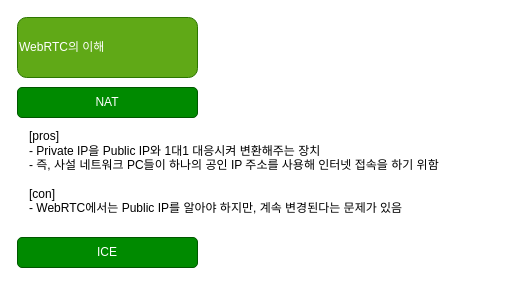
Above: 제목 없는 다이어그램.drawio in jdragon96/documents (draw.io), before the change. Source tidied: cells renumbered, new cells numbered last; positions are measured from the earlier drawing's top-left corner, leaving out a move shared by most shapes. Both pictures are drawn from the tidied source at 100%, with x=0, y=0 at pixel (17, 17).
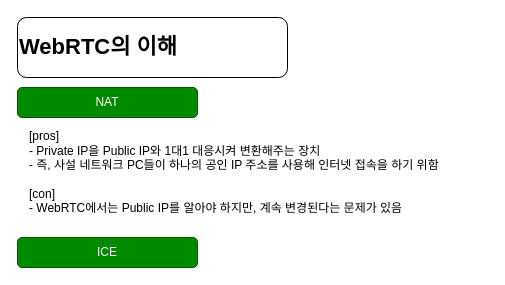
Above is the later version.

Commit message (it also covers changes not shown here):
제목 없는 다이어그램.drawio 업데이트

What changed in the source:
```diff
@@
 <mxGraphModel>
   <root>
     <mxCell id="0" />
     <mxCell id="1" parent="0" />
-    <mxCell id="2" value="WebRTC의 이해" style="rounded=1;whiteSpace=wrap;html=1;fillColor=#60a917;fontColor=#ffffff;strokeColor=#2D7600;align=left;" parent="1" vertex="1">
-      <mxGeometry width="180" height="60" as="geometry" />
+    <mxCell id="2" value="WebRTC의 이해" style="rounded=1;whiteSpace=wrap;html=1;align=left;fontStyle=1;fontSize=22;" parent="1" vertex="1">
+      <mxGeometry width="270" height="60" as="geometry" />
     </mxCell>
     <mxCell id="3" value="NAT" style="rounded=1;whiteSpace=wrap;html=1;fillColor=#008a00;fontColor=#ffffff;strokeColor=#005700;" parent="1" vertex="1">
       <mxGeometry y="70" width="180" height="30" as="geometry" />
     </mxCell>
     <mxCell id="4" value="ICE" style="rounded=1;whiteSpace=wrap;html=1;fillColor=#008a00;fontColor=#ffffff;strokeColor=#005700;" parent="1" vertex="1">
       <mxGeometry y="220" width="180" height="30" as="geometry" />
     </mxCell>
     <mxCell id="5" value="&lt;div style=&quot;&quot;&gt;&lt;span style=&quot;background-color: initial;&quot;&gt;[pros]&lt;/span&gt;&lt;/div&gt;&lt;div style=&quot;&quot;&gt;&lt;span style=&quot;background-color: initial;&quot;&gt;- Private IP을 Public IP와 1대1 대응시켜 변환해주는 장치&lt;/span&gt;&lt;/div&gt;&lt;div style=&quot;&quot;&gt;- 즉, 사설 네트워크 PC들이 하나의 공인 IP 주소를 사용해 인터넷 접속을 하기 위함&lt;/div&gt;&lt;div style=&quot;&quot;&gt;&lt;br&gt;&lt;/div&gt;&lt;div style=&quot;&quot;&gt;[con]&lt;/div&gt;&lt;div style=&quot;&quot;&gt;- WebRTC에서는 Public IP를 알아야 하지만, 계속 변경된다는 문제가 있음&lt;/div&gt;" style="text;html=1;align=left;verticalAlign=middle;strokeColor=none;fillColor=none;" parent="1" vertex="1">
       <mxGeometry x="10" y="105" width="460" height="100" as="geometry" />
     </mxCell>
   </root>
 </mxGraphModel>
```
